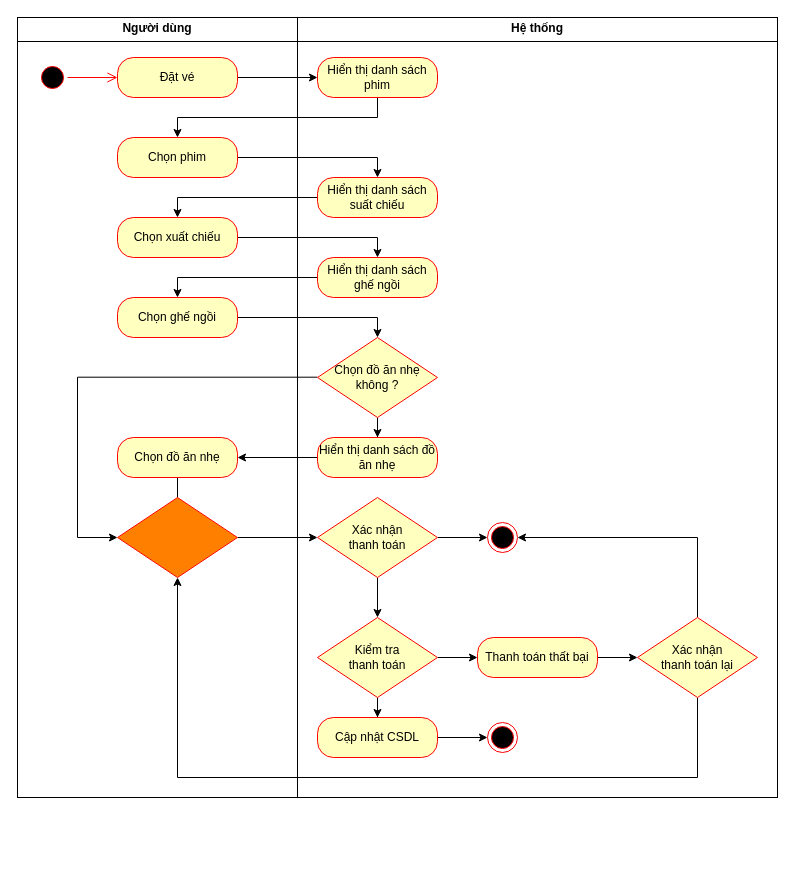
Before: Sơ đồ hoạt động UC đặt vé.drawio in HaojackYT/DAA_SA, a draw.io diagram. Source tidied: cells renumbered, new cells numbered last; positions are measured from the earlier drawing's top-left corner, leaving out a move shared by most shapes. Both pictures are drawn from the tidied source at 100%, with x=0, y=0 at pixel (17, 17).
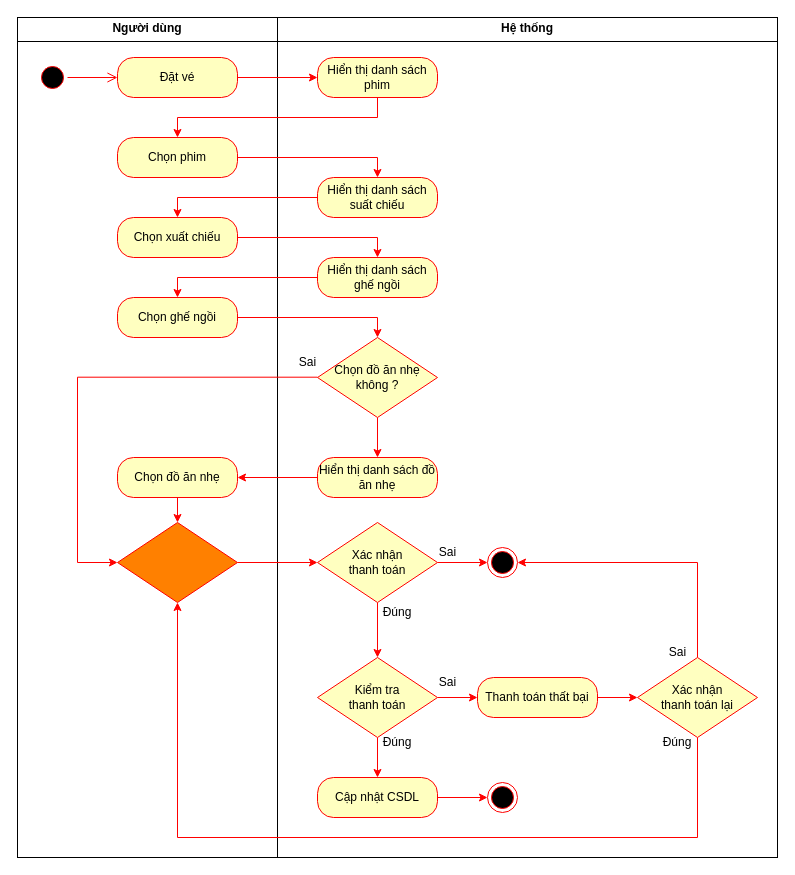
Above is the later version.

What changed in the source:
```diff
@@
     <mxCell id="2" value="&lt;p style=&quot;margin:0px;margin-top:4px;text-align:center;&quot;&gt;&lt;b&gt;Hệ thống&lt;/b&gt;&lt;/p&gt;&lt;hr size=&quot;1&quot; style=&quot;border-style:solid;&quot;&gt;&lt;div style=&quot;height:2px;&quot;&gt;&lt;/div&gt;" style="verticalAlign=top;align=left;overflow=fill;html=1;whiteSpace=wrap;" parent="1" vertex="1">
-      <mxGeometry x="280" width="480" height="780" as="geometry" />
+      <mxGeometry x="260" width="500" height="840" as="geometry" />
     </mxCell>
     <mxCell id="3" value="&lt;p style=&quot;margin:0px;margin-top:4px;text-align:center;&quot;&gt;&lt;b&gt;Người dùng&lt;/b&gt;&lt;/p&gt;&lt;hr size=&quot;1&quot; style=&quot;border-style:solid;&quot;&gt;&lt;div style=&quot;height:2px;&quot;&gt;&lt;/div&gt;" style="verticalAlign=top;align=left;overflow=fill;html=1;whiteSpace=wrap;" parent="1" vertex="1">
-      <mxGeometry width="280" height="780" as="geometry" />
+      <mxGeometry width="260" height="840" as="geometry" />
     </mxCell>
-    <mxCell id="4" style="edgeStyle=orthogonalEdgeStyle;rounded=0;jettySize=auto;html=1;" parent="1" edge="1" source="5" target="10">
+    <mxCell id="4" style="edgeStyle=orthogonalEdgeStyle;rounded=0;jettySize=auto;html=1;strokeColor=#FF0000;" parent="1" edge="1" source="5" target="10">
       <mxGeometry relative="1" as="geometry" />
     </mxCell>
-    <mxCell id="5" value="Đặt vé" style="rounded=1;whiteSpace=wrap;html=1;arcSize=40;fontColor=#000000;fillColor=#ffffc0;strokeColor=#ff0000;" parent="1" vertex="1">
+    <mxCell id="5" value="Đặt vé" style="rounded=1;whiteSpace=wrap;html=1;arcSize=40;fontColor=#000000;fillColor=#ffffc0;strokeColor=#FF0000;" parent="1" vertex="1">
       <mxGeometry x="100" y="40" width="120" height="40" as="geometry" />
     </mxCell>
-    <mxCell id="6" style="edgeStyle=orthogonalEdgeStyle;rounded=0;jettySize=auto;html=1;entryX=0.5;entryY=0;entryDx=0;entryDy=0;" parent="1" edge="1" source="8" target="24">
+    <mxCell id="6" style="edgeStyle=orthogonalEdgeStyle;rounded=0;jettySize=auto;html=1;entryX=0.5;entryY=0;entryDx=0;entryDy=0;strokeColor=#FF0000;" parent="1" edge="1" source="8" target="24">
       <mxGeometry relative="1" as="geometry" />
     </mxCell>
-    <mxCell id="7" style="edgeStyle=orthogonalEdgeStyle;rounded=0;jettySize=auto;html=1;entryX=0;entryY=0.5;entryDx=0;entryDy=0;" parent="1" edge="1" target="31">
+    <mxCell id="7" style="edgeStyle=orthogonalEdgeStyle;rounded=0;jettySize=auto;html=1;entryX=0;entryY=0.5;entryDx=0;entryDy=0;strokeColor=#FF0000;" parent="1" edge="1" target="31">
       <mxGeometry relative="1" as="geometry">
         <mxPoint x="300" y="359.7" as="sourcePoint" />
         <Array as="points">
           <mxPoint x="60" y="360" />
-          <mxPoint x="60" y="520" />
+          <mxPoint x="60" y="545" />
         </Array>
       </mxGeometry>
     </mxCell>
-    <mxCell id="8" value="Chọn đồ ăn nhẹ không ?" style="rhombus;whiteSpace=wrap;html=1;fontColor=#000000;fillColor=#ffffc0;strokeColor=#ff0000;" parent="1" vertex="1">
+    <mxCell id="8" value="Chọn đồ ăn nhẹ không ?" style="rhombus;whiteSpace=wrap;html=1;fontColor=#000000;fillColor=#ffffc0;strokeColor=#FF0000;" parent="1" vertex="1">
       <mxGeometry x="300" y="320" width="120" height="80" as="geometry" />
     </mxCell>
-    <mxCell id="9" style="edgeStyle=orthogonalEdgeStyle;rounded=0;jettySize=auto;html=1;entryX=0.5;entryY=0;entryDx=0;entryDy=0;" parent="1" edge="1" source="10" target="14">
+    <mxCell id="9" style="edgeStyle=orthogonalEdgeStyle;rounded=0;jettySize=auto;html=1;entryX=0.5;entryY=0;entryDx=0;entryDy=0;strokeColor=#FF0000;" parent="1" edge="1" source="10" target="14">
       <mxGeometry relative="1" as="geometry">
         <Array as="points">
           <mxPoint x="360" y="100" />
           <mxPoint x="160" y="100" />
         </Array>
       </mxGeometry>
     </mxCell>
-    <mxCell id="10" value="Hiển thị danh sách phim" style="rounded=1;whiteSpace=wrap;html=1;arcSize=40;fontColor=#000000;fillColor=#ffffc0;strokeColor=#ff0000;" parent="1" vertex="1">
+    <mxCell id="10" value="Hiển thị danh sách phim" style="rounded=1;whiteSpace=wrap;html=1;arcSize=40;fontColor=#000000;fillColor=#ffffc0;strokeColor=#FF0000;" parent="1" vertex="1">
       <mxGeometry x="300" y="40" width="120" height="40" as="geometry" />
     </mxCell>
-    <mxCell id="11" style="ellipse;html=1;shape=startState;fillColor=#000000;strokeColor=#ff0000;" parent="1" vertex="1">
+    <mxCell id="11" style="ellipse;html=1;shape=startState;fillColor=#000000;strokeColor=#FF0000;" parent="1" vertex="1">
       <mxGeometry x="20" y="45" width="30" height="30" as="geometry" />
     </mxCell>
-    <mxCell id="12" style="edgeStyle=orthogonalEdgeStyle;html=1;verticalAlign=bottom;endArrow=open;endSize=8;strokeColor=#ff0000;rounded=0;entryX=0;entryY=0.5;entryDx=0;entryDy=0;" parent="1" edge="1" source="11" target="5">
+    <mxCell id="12" style="edgeStyle=orthogonalEdgeStyle;html=1;verticalAlign=bottom;endArrow=open;endSize=8;strokeColor=#FF0000;rounded=0;entryX=0;entryY=0.5;entryDx=0;entryDy=0;" parent="1" edge="1" source="11" target="5">
       <mxGeometry relative="1" as="geometry" />
     </mxCell>
-    <mxCell id="13" style="edgeStyle=orthogonalEdgeStyle;rounded=0;jettySize=auto;html=1;" parent="1" edge="1" source="14" target="16">
+    <mxCell id="13" style="edgeStyle=orthogonalEdgeStyle;rounded=0;jettySize=auto;html=1;strokeColor=#FF0000;" parent="1" edge="1" source="14" target="16">
       <mxGeometry relative="1" as="geometry">
         <Array as="points">
           <mxPoint x="360" y="140" />
         </Array>
       </mxGeometry>
     </mxCell>
-    <mxCell id="14" value="Chọn phim" style="rounded=1;whiteSpace=wrap;html=1;arcSize=40;fontColor=#000000;fillColor=#ffffc0;strokeColor=#ff0000;" parent="1" vertex="1">
+    <mxCell id="14" value="Chọn phim" style="rounded=1;whiteSpace=wrap;html=1;arcSize=40;fontColor=#000000;fillColor=#ffffc0;strokeColor=#FF0000;" parent="1" vertex="1">
       <mxGeometry x="100" y="120" width="120" height="40" as="geometry" />
     </mxCell>
-    <mxCell id="15" style="edgeStyle=orthogonalEdgeStyle;rounded=0;jettySize=auto;html=1;entryX=0.5;entryY=0;entryDx=0;entryDy=0;" parent="1" edge="1" source="16" target="18">
+    <mxCell id="15" style="edgeStyle=orthogonalEdgeStyle;rounded=0;jettySize=auto;html=1;entryX=0.5;entryY=0;entryDx=0;entryDy=0;strokeColor=#FF0000;" parent="1" edge="1" source="16" target="18">
       <mxGeometry relative="1" as="geometry" />
     </mxCell>
-    <mxCell id="16" value="Hiển thị danh sách suất chiếu" style="rounded=1;whiteSpace=wrap;html=1;arcSize=40;fontColor=#000000;fillColor=#ffffc0;strokeColor=#ff0000;" parent="1" vertex="1">
+    <mxCell id="16" value="Hiển thị danh sách suất chiếu" style="rounded=1;whiteSpace=wrap;html=1;arcSize=40;fontColor=#000000;fillColor=#ffffc0;strokeColor=#FF0000;" parent="1" vertex="1">
       <mxGeometry x="300" y="160" width="120" height="40" as="geometry" />
     </mxCell>
-    <mxCell id="17" style="edgeStyle=orthogonalEdgeStyle;rounded=0;jettySize=auto;html=1;entryX=0.5;entryY=0;entryDx=0;entryDy=0;" parent="1" edge="1" source="18" target="20">
+    <mxCell id="17" style="edgeStyle=orthogonalEdgeStyle;rounded=0;jettySize=auto;html=1;entryX=0.5;entryY=0;entryDx=0;entryDy=0;strokeColor=#FF0000;" parent="1" edge="1" source="18" target="20">
       <mxGeometry relative="1" as="geometry" />
     </mxCell>
-    <mxCell id="18" value="Chọn xuất chiếu" style="rounded=1;whiteSpace=wrap;html=1;arcSize=40;fontColor=#000000;fillColor=#ffffc0;strokeColor=#ff0000;" parent="1" vertex="1">
+    <mxCell id="18" value="Chọn xuất chiếu" style="rounded=1;whiteSpace=wrap;html=1;arcSize=40;fontColor=#000000;fillColor=#ffffc0;strokeColor=#FF0000;" parent="1" vertex="1">
       <mxGeometry x="100" y="200" width="120" height="40" as="geometry" />
     </mxCell>
-    <mxCell id="19" style="edgeStyle=orthogonalEdgeStyle;rounded=0;jettySize=auto;html=1;entryX=0.5;entryY=0;entryDx=0;entryDy=0;" parent="1" edge="1" source="20" target="22">
+    <mxCell id="19" style="edgeStyle=orthogonalEdgeStyle;rounded=0;jettySize=auto;html=1;entryX=0.5;entryY=0;entryDx=0;entryDy=0;strokeColor=#FF0000;" parent="1" edge="1" source="20" target="22">
       <mxGeometry relative="1" as="geometry" />
     </mxCell>
-    <mxCell id="20" value="Hiển thị danh sách ghế ngồi" style="rounded=1;whiteSpace=wrap;html=1;arcSize=40;fontColor=#000000;fillColor=#ffffc0;strokeColor=#ff0000;" parent="1" vertex="1">
+    <mxCell id="20" value="Hiển thị danh sách ghế ngồi" style="rounded=1;whiteSpace=wrap;html=1;arcSize=40;fontColor=#000000;fillColor=#ffffc0;strokeColor=#FF0000;" parent="1" vertex="1">
       <mxGeometry x="300" y="240" width="120" height="40" as="geometry" />
     </mxCell>
-    <mxCell id="21" style="edgeStyle=orthogonalEdgeStyle;rounded=0;jettySize=auto;html=1;entryX=0.5;entryY=0;entryDx=0;entryDy=0;" parent="1" edge="1" source="22" target="8">
+    <mxCell id="21" style="edgeStyle=orthogonalEdgeStyle;rounded=0;jettySize=auto;html=1;entryX=0.5;entryY=0;entryDx=0;entryDy=0;strokeColor=#FF0000;" parent="1" edge="1" source="22" target="8">
       <mxGeometry relative="1" as="geometry" />
     </mxCell>
-    <mxCell id="22" value="Chọn ghế ngồi" style="rounded=1;whiteSpace=wrap;html=1;arcSize=40;fontColor=#000000;fillColor=#ffffc0;strokeColor=#ff0000;" parent="1" vertex="1">
+    <mxCell id="22" value="Chọn ghế ngồi" style="rounded=1;whiteSpace=wrap;html=1;arcSize=40;fontColor=#000000;fillColor=#ffffc0;strokeColor=#FF0000;" parent="1" vertex="1">
       <mxGeometry x="100" y="280" width="120" height="40" as="geometry" />
     </mxCell>
-    <mxCell id="23" style="edgeStyle=orthogonalEdgeStyle;rounded=0;jettySize=auto;html=1;entryX=1;entryY=0.5;entryDx=0;entryDy=0;" parent="1" edge="1" source="24" target="26">
+    <mxCell id="23" style="edgeStyle=orthogonalEdgeStyle;rounded=0;jettySize=auto;html=1;entryX=1;entryY=0.5;entryDx=0;entryDy=0;strokeColor=#FF0000;" parent="1" edge="1" source="24" target="26">
       <mxGeometry relative="1" as="geometry" />
     </mxCell>
-    <mxCell id="24" value="Hiển thị danh sách đồ ăn nhẹ" style="rounded=1;whiteSpace=wrap;html=1;arcSize=40;fontColor=#000000;fillColor=#ffffc0;strokeColor=#ff0000;" parent="1" vertex="1">
-      <mxGeometry x="300" y="420" width="120" height="40" as="geometry" />
+    <mxCell id="24" value="Hiển thị danh sách đồ ăn nhẹ" style="rounded=1;whiteSpace=wrap;html=1;arcSize=40;fontColor=#000000;fillColor=#ffffc0;strokeColor=#FF0000;" parent="1" vertex="1">
+      <mxGeometry x="300" y="440" width="120" height="40" as="geometry" />
     </mxCell>
-    <mxCell id="25" style="edgeStyle=orthogonalEdgeStyle;rounded=0;jettySize=auto;html=1;" parent="1" edge="1" source="26">
-      <mxGeometry relative="1" as="geometry">
-        <mxPoint x="160" y="520" as="targetPoint" />
-      </mxGeometry>
+    <mxCell id="25" style="edgeStyle=orthogonalEdgeStyle;rounded=0;jettySize=auto;html=1;strokeColor=#FF0000;entryX=0.5;entryY=0;entryDx=0;entryDy=0;" parent="1" edge="1" source="26" target="31">
+      <mxGeometry relative="1" as="geometry" />
     </mxCell>
-    <mxCell id="26" value="Chọn đồ ăn nhẹ" style="rounded=1;whiteSpace=wrap;html=1;arcSize=40;fontColor=#000000;fillColor=#ffffc0;strokeColor=#ff0000;" parent="1" vertex="1">
-      <mxGeometry x="100" y="420" width="120" height="40" as="geometry" />
+    <mxCell id="26" value="Chọn đồ ăn nhẹ" style="rounded=1;whiteSpace=wrap;html=1;arcSize=40;fontColor=#000000;fillColor=#ffffc0;strokeColor=#FF0000;" parent="1" vertex="1">
+      <mxGeometry x="100" y="440" width="120" height="40" as="geometry" />
     </mxCell>
-    <mxCell id="27" style="edgeStyle=orthogonalEdgeStyle;rounded=0;jettySize=auto;html=1;fontFamily=Helvetica;fontSize=12;fontColor=#000000;" parent="1" edge="1" source="29" target="34">
+    <mxCell id="27" style="edgeStyle=orthogonalEdgeStyle;rounded=0;jettySize=auto;html=1;fontFamily=Helvetica;fontSize=12;fontColor=#000000;strokeColor=#FF0000;" parent="1" edge="1" source="29" target="34">
       <mxGeometry relative="1" as="geometry" />
     </mxCell>
-    <mxCell id="28" style="edgeStyle=orthogonalEdgeStyle;rounded=0;jettySize=auto;html=1;fontFamily=Helvetica;fontSize=12;fontColor=#000000;" parent="1" edge="1" source="29" target="42">
+    <mxCell id="28" style="edgeStyle=orthogonalEdgeStyle;rounded=0;jettySize=auto;html=1;fontFamily=Helvetica;fontSize=12;fontColor=#000000;strokeColor=#FF0000;" parent="1" edge="1" source="29" target="42">
       <mxGeometry relative="1" as="geometry" />
     </mxCell>
-    <mxCell id="29" value="Xác nhận&lt;br&gt;thanh toán" style="rhombus;whiteSpace=wrap;html=1;fontColor=#000000;fillColor=#ffffc0;strokeColor=#ff0000;" parent="1" vertex="1">
-      <mxGeometry x="300" y="480" width="120" height="80" as="geometry" />
+    <mxCell id="29" value="Xác nhận&lt;br&gt;thanh toán" style="rhombus;whiteSpace=wrap;html=1;fontColor=#000000;fillColor=#ffffc0;strokeColor=#FF0000;" parent="1" vertex="1">
+      <mxGeometry x="300" y="505" width="120" height="80" as="geometry" />
     </mxCell>
-    <mxCell id="30" style="edgeStyle=orthogonalEdgeStyle;rounded=0;jettySize=auto;html=1;entryX=0;entryY=0.5;entryDx=0;entryDy=0;fontFamily=Helvetica;fontSize=12;fontColor=#000000;" parent="1" edge="1" source="31" target="29">
+    <mxCell id="30" style="edgeStyle=orthogonalEdgeStyle;rounded=0;jettySize=auto;html=1;entryX=0;entryY=0.5;entryDx=0;entryDy=0;fontFamily=Helvetica;fontSize=12;fontColor=#000000;strokeColor=#FF0000;" parent="1" edge="1" source="31" target="29">
       <mxGeometry relative="1" as="geometry" />
     </mxCell>
-    <mxCell id="31" style="rhombus;whiteSpace=wrap;html=1;fontColor=#000000;fillColor=#FF8000;strokeColor=#FF0909;shadow=0;" parent="1" vertex="1">
-      <mxGeometry x="100" y="480" width="120" height="80" as="geometry" />
+    <mxCell id="31" style="rhombus;whiteSpace=wrap;html=1;fontColor=#000000;fillColor=#FF8000;strokeColor=#FF0000;shadow=0;" parent="1" vertex="1">
+      <mxGeometry x="100" y="505" width="120" height="80" as="geometry" />
     </mxCell>
-    <mxCell id="32" style="edgeStyle=orthogonalEdgeStyle;rounded=0;jettySize=auto;html=1;fontFamily=Helvetica;fontSize=12;fontColor=#000000;" parent="1" edge="1" source="34" target="36">
+    <mxCell id="32" style="edgeStyle=orthogonalEdgeStyle;rounded=0;jettySize=auto;html=1;fontFamily=Helvetica;fontSize=12;fontColor=#000000;strokeColor=#FF0000;" parent="1" edge="1" source="34" target="36">
       <mxGeometry relative="1" as="geometry" />
     </mxCell>
-    <mxCell id="33" style="edgeStyle=orthogonalEdgeStyle;rounded=0;jettySize=auto;html=1;fontFamily=Helvetica;fontSize=12;fontColor=#000000;" parent="1" edge="1" source="34" target="41">
+    <mxCell id="33" style="edgeStyle=orthogonalEdgeStyle;rounded=0;jettySize=auto;html=1;fontFamily=Helvetica;fontSize=12;fontColor=#000000;strokeColor=#FF0000;" parent="1" edge="1" source="34" target="41">
       <mxGeometry relative="1" as="geometry" />
     </mxCell>
-    <mxCell id="34" value="Kiểm tra&lt;br&gt;thanh toán" style="rhombus;whiteSpace=wrap;html=1;fontColor=#000000;fillColor=#ffffc0;strokeColor=#ff0000;" parent="1" vertex="1">
-      <mxGeometry x="300" y="600" width="120" height="80" as="geometry" />
+    <mxCell id="34" value="Kiểm tra&lt;br&gt;thanh toán" style="rhombus;whiteSpace=wrap;html=1;fontColor=#000000;fillColor=#ffffc0;strokeColor=#FF0000;" parent="1" vertex="1">
+      <mxGeometry x="300" y="640" width="120" height="80" as="geometry" />
     </mxCell>
-    <mxCell id="35" style="edgeStyle=orthogonalEdgeStyle;rounded=0;jettySize=auto;html=1;fontFamily=Helvetica;fontSize=12;fontColor=#000000;" parent="1" edge="1" source="36" target="43">
+    <mxCell id="35" style="edgeStyle=orthogonalEdgeStyle;rounded=0;jettySize=auto;html=1;fontFamily=Helvetica;fontSize=12;fontColor=#000000;strokeColor=#FF0000;" parent="1" edge="1" source="36" target="43">
       <mxGeometry relative="1" as="geometry" />
     </mxCell>
-    <mxCell id="36" value="Cập nhật CSDL" style="rounded=1;whiteSpace=wrap;html=1;arcSize=40;fontColor=#000000;fillColor=#ffffc0;strokeColor=#ff0000;" parent="1" vertex="1">
-      <mxGeometry x="300" y="700" width="120" height="40" as="geometry" />
+    <mxCell id="36" value="Cập nhật CSDL" style="rounded=1;whiteSpace=wrap;html=1;arcSize=40;fontColor=#000000;fillColor=#ffffc0;strokeColor=#FF0000;" parent="1" vertex="1">
+      <mxGeometry x="300" y="760" width="120" height="40" as="geometry" />
     </mxCell>
-    <mxCell id="37" style="edgeStyle=orthogonalEdgeStyle;rounded=0;jettySize=auto;html=1;entryX=0.5;entryY=1;entryDx=0;entryDy=0;fontFamily=Helvetica;fontSize=12;fontColor=#000000;" parent="1" edge="1" source="39" target="31">
+    <mxCell id="37" style="edgeStyle=orthogonalEdgeStyle;rounded=0;jettySize=auto;html=1;entryX=0.5;entryY=1;entryDx=0;entryDy=0;fontFamily=Helvetica;fontSize=12;fontColor=#000000;strokeColor=#FF0000;" parent="1" edge="1" source="39" target="31">
       <mxGeometry relative="1" as="geometry">
         <Array as="points">
-          <mxPoint x="680" y="760" />
-          <mxPoint x="160" y="760" />
+          <mxPoint x="680" y="820" />
+          <mxPoint x="160" y="820" />
         </Array>
       </mxGeometry>
     </mxCell>
-    <mxCell id="38" style="edgeStyle=orthogonalEdgeStyle;rounded=0;jettySize=auto;html=1;entryX=1;entryY=0.5;entryDx=0;entryDy=0;fontFamily=Helvetica;fontSize=12;fontColor=#000000;" parent="1" edge="1" source="39" target="42">
+    <mxCell id="38" style="edgeStyle=orthogonalEdgeStyle;rounded=0;jettySize=auto;html=1;entryX=1;entryY=0.5;entryDx=0;entryDy=0;fontFamily=Helvetica;fontSize=12;fontColor=#000000;strokeColor=#FF0000;" parent="1" edge="1" source="39" target="42">
       <mxGeometry relative="1" as="geometry">
         <Array as="points">
-          <mxPoint x="680" y="520" />
+          <mxPoint x="680" y="545" />
         </Array>
       </mxGeometry>
     </mxCell>
-    <mxCell id="39" value="Xác nhận&lt;br&gt;thanh toán lại" style="rhombus;whiteSpace=wrap;html=1;fontColor=#000000;fillColor=#ffffc0;strokeColor=#ff0000;" parent="1" vertex="1">
-      <mxGeometry x="620" y="600" width="120" height="80" as="geometry" />
+    <mxCell id="39" value="Xác nhận&lt;br&gt;thanh toán lại" style="rhombus;whiteSpace=wrap;html=1;fontColor=#000000;fillColor=#ffffc0;strokeColor=#FF0000;" parent="1" vertex="1">
+      <mxGeometry x="620" y="640" width="120" height="80" as="geometry" />
     </mxCell>
-    <mxCell id="40" style="edgeStyle=orthogonalEdgeStyle;rounded=0;jettySize=auto;html=1;fontFamily=Helvetica;fontSize=12;fontColor=#000000;" parent="1" edge="1" source="41" target="39">
+    <mxCell id="40" style="edgeStyle=orthogonalEdgeStyle;rounded=0;jettySize=auto;html=1;fontFamily=Helvetica;fontSize=12;fontColor=#000000;strokeColor=#FF0000;" parent="1" edge="1" source="41" target="39">
       <mxGeometry relative="1" as="geometry" />
     </mxCell>
-    <mxCell id="41" value="Thanh toán thất bại" style="rounded=1;whiteSpace=wrap;html=1;arcSize=40;fontColor=#000000;fillColor=#ffffc0;strokeColor=#ff0000;" parent="1" vertex="1">
-      <mxGeometry x="460" y="620" width="120" height="40" as="geometry" />
+    <mxCell id="41" value="Thanh toán thất bại" style="rounded=1;whiteSpace=wrap;html=1;arcSize=40;fontColor=#000000;fillColor=#ffffc0;strokeColor=#FF0000;" parent="1" vertex="1">
+      <mxGeometry x="460" y="660" width="120" height="40" as="geometry" />
     </mxCell>
-    <mxCell id="42" style="ellipse;html=1;shape=endState;fillColor=#000000;strokeColor=#ff0000;align=center;verticalAlign=middle;fontFamily=Helvetica;fontSize=12;fontColor=#000000;" parent="1" vertex="1">
-      <mxGeometry x="470" y="505" width="30" height="30" as="geometry" />
+    <mxCell id="42" style="ellipse;html=1;shape=endState;fillColor=#000000;strokeColor=#FF0000;align=center;verticalAlign=middle;fontFamily=Helvetica;fontSize=12;fontColor=#000000;" parent="1" vertex="1">
+      <mxGeometry x="470" y="530" width="30" height="30" as="geometry" />
     </mxCell>
-    <mxCell id="43" style="ellipse;html=1;shape=endState;fillColor=#000000;strokeColor=#ff0000;align=center;verticalAlign=middle;fontFamily=Helvetica;fontSize=12;fontColor=#000000;" parent="1" vertex="1">
-      <mxGeometry x="470" y="705" width="30" height="30" as="geometry" />
+    <mxCell id="43" style="ellipse;html=1;shape=endState;fillColor=#000000;strokeColor=#FF0000;align=center;verticalAlign=middle;fontFamily=Helvetica;fontSize=12;fontColor=#000000;" parent="1" vertex="1">
+      <mxGeometry x="470" y="765" width="30" height="30" as="geometry" />
     </mxCell>
+    <mxCell id="44" value="Sai" style="text;html=1;align=center;verticalAlign=middle;strokeColor=none;fillColor=none;fontFamily=Helvetica;fontSize=12;fontColor=#000000;" parent="1" vertex="1">
+      <mxGeometry x="640" y="620" width="40" height="30" as="geometry" />
+    </mxCell>
+    <mxCell id="45" value="Sai" style="text;html=1;align=center;verticalAlign=middle;strokeColor=none;fillColor=none;fontFamily=Helvetica;fontSize=12;fontColor=#000000;" parent="1" vertex="1">
+      <mxGeometry x="410" y="650" width="40" height="30" as="geometry" />
+    </mxCell>
+    <mxCell id="46" value="Sai" style="text;html=1;align=center;verticalAlign=middle;strokeColor=none;fillColor=none;fontFamily=Helvetica;fontSize=12;fontColor=#000000;" parent="1" vertex="1">
+      <mxGeometry x="410" y="520" width="40" height="30" as="geometry" />
+    </mxCell>
+    <mxCell id="47" value="Đúng" style="text;html=1;align=center;verticalAlign=middle;whiteSpace=wrap;rounded=0;fontFamily=Helvetica;fontSize=12;fontColor=#000000;" parent="1" vertex="1">
+      <mxGeometry x="630" y="710" width="60" height="30" as="geometry" />
+    </mxCell>
+    <mxCell id="48" value="Đúng" style="text;html=1;align=center;verticalAlign=middle;whiteSpace=wrap;rounded=0;fontFamily=Helvetica;fontSize=12;fontColor=#000000;" parent="1" vertex="1">
+      <mxGeometry x="350" y="710" width="60" height="30" as="geometry" />
+    </mxCell>
+    <mxCell id="49" value="Đúng" style="text;html=1;align=center;verticalAlign=middle;whiteSpace=wrap;rounded=0;fontFamily=Helvetica;fontSize=12;fontColor=#000000;" parent="1" vertex="1">
+      <mxGeometry x="350" y="580" width="60" height="30" as="geometry" />
+    </mxCell>
+    <mxCell id="50" value="Sai" style="text;html=1;align=center;verticalAlign=middle;strokeColor=none;fillColor=none;fontFamily=Helvetica;fontSize=12;fontColor=#000000;" parent="1" vertex="1">
+      <mxGeometry x="270" y="330" width="40" height="30" as="geometry" />
+    </mxCell>
```
